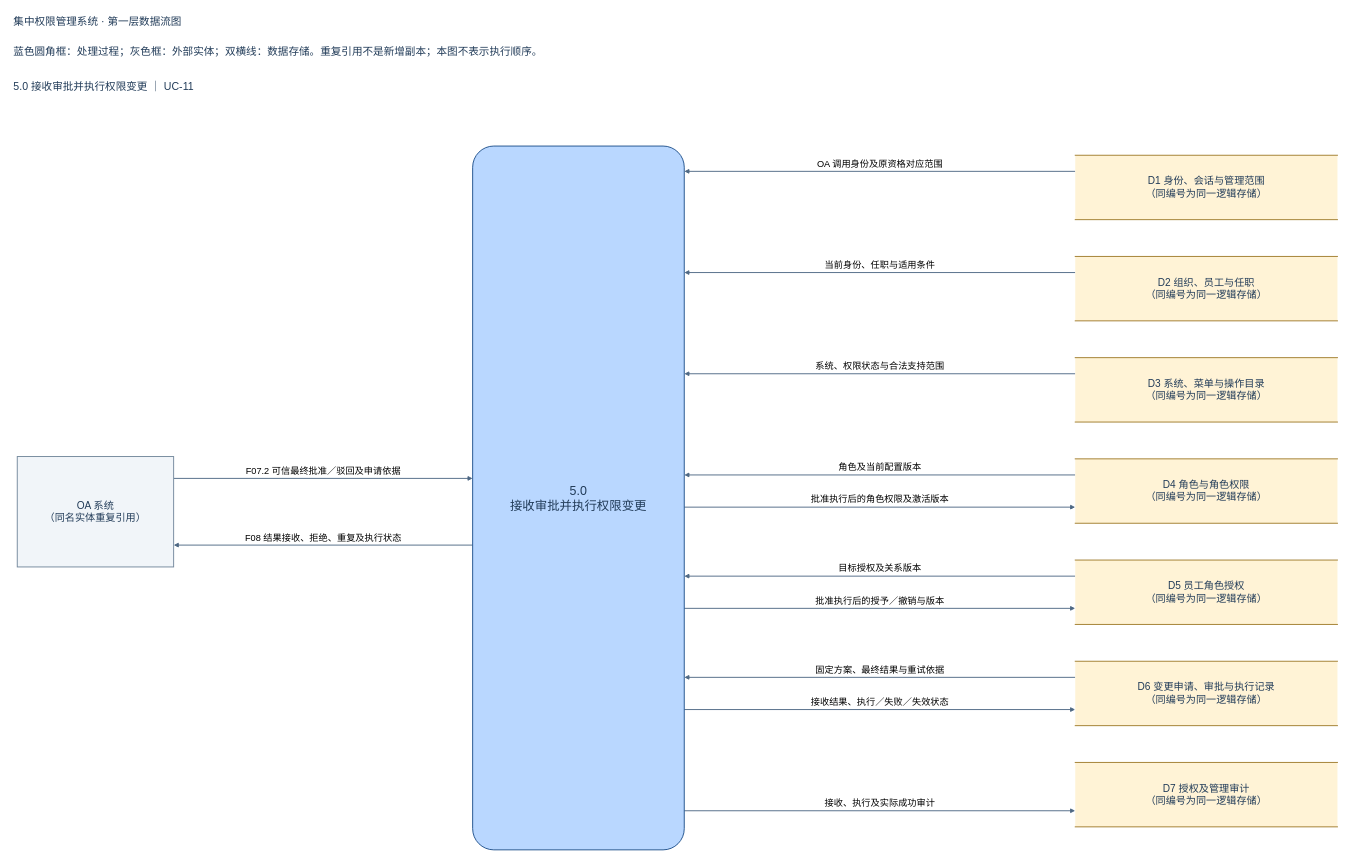
The draw.io diagram docs/按用例分类/UC-11_接收审批结果并执行权限变更/P5_第一层分区.drawio in Noah-hope/RBAC-admin, before the edit. Source tidied: cells renumbered, new cells numbered last; positions are measured from the earlier drawing's top-left corner, leaving out a move shared by most shapes. Both pictures are drawn from the tidied source at 46%, with x=0, y=0 at pixel (8, 8).
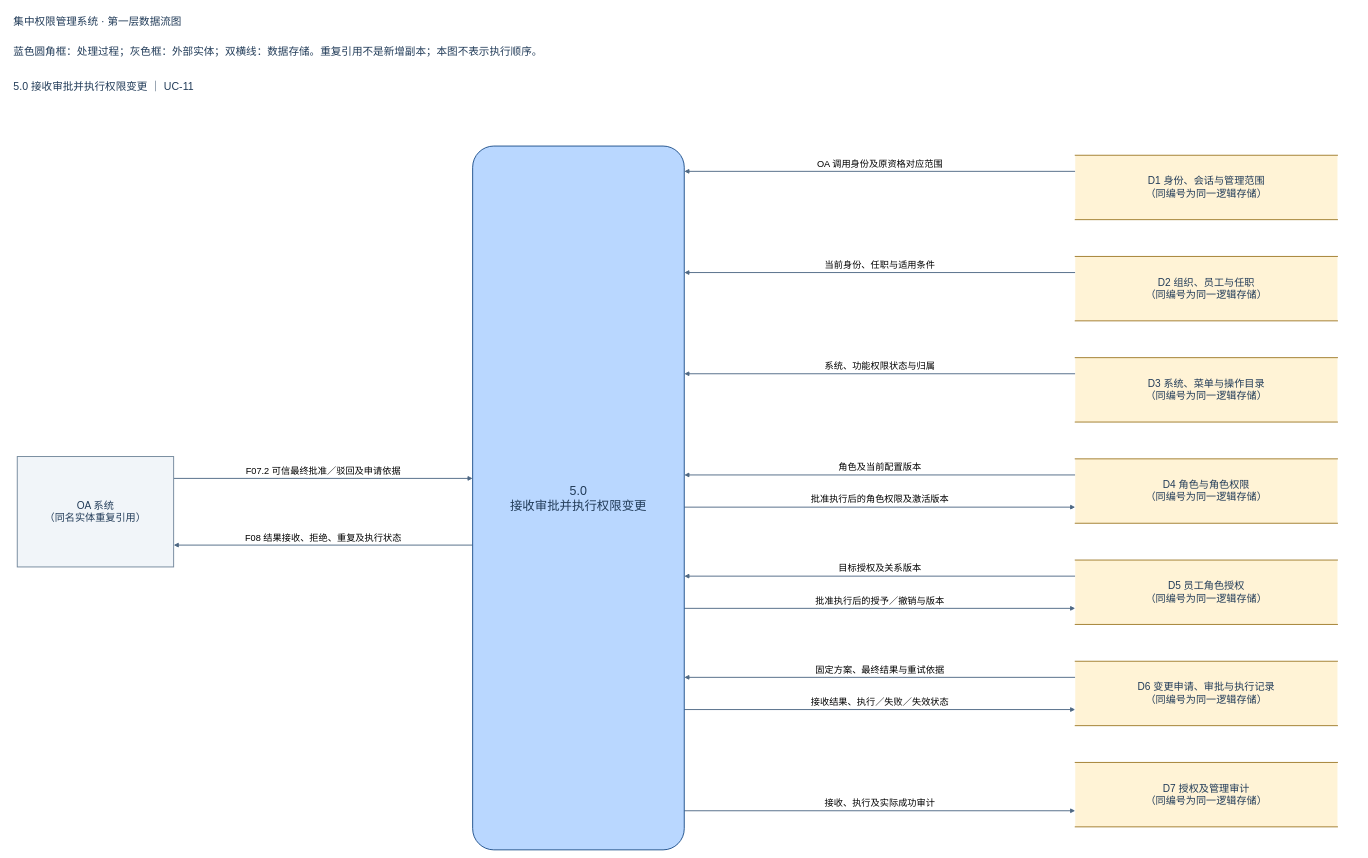
The same diagram, later.

The change refers to these unchanged cells:
```xml
<mxCell id="17" value="5.0&lt;br&gt;接收审批并执行权限变更" style="html=1;whiteSpace=wrap;fontFamily=Microsoft YaHei;fontSize=22;fontColor=#213b58;align=center;verticalAlign=middle;strokeWidth=2;spacing=12;rounded=1;arcSize=10;fillColor=#b9d7ff;strokeColor=#1c4e8a;fontSize=27;" parent="1" vertex="1">
  <mxGeometry x="1010" y="300" width="460" height="1530" as="geometry" />
</mxCell>
<mxCell id="21" value="D3  系统、菜单与操作目录&lt;br&gt;（同编号为同一逻辑存储）" style="html=1;whiteSpace=wrap;fontFamily=Microsoft YaHei;fontSize=22;fontColor=#213b58;align=center;verticalAlign=middle;strokeWidth=2;spacing=12;shape=partialRectangle;left=0;right=0;top=1;bottom=1;fillColor=#fff3d6;strokeColor=#9f7b2a;" parent="1" vertex="1">
  <mxGeometry x="2320" y="760" width="570" height="140" as="geometry" />
</mxCell>
```

The edit, as a diff of the source:
```diff
@@
-    <mxCell id="9" value="系统、权限状态与合法支持范围" style="html=1;edgeStyle=none;noEdgeStyle=1;rounded=0;curved=0;endArrow=block;endFill=1;strokeColor=#4d6783;strokeWidth=2;fontFamily=Microsoft YaHei;fontSize=20;labelBackgroundColor=#ffffff;exitX=0.0;exitY=0.25;entryX=1.0;entryY=0.3235294117647059;exitPerimeter=0;entryPerimeter=0;" parent="1" edge="1" source="21" target="17">
+    <mxCell id="9" value="系统、功能权限状态与归属" style="html=1;edgeStyle=none;noEdgeStyle=1;rounded=0;curved=0;endArrow=block;endFill=1;strokeColor=#4d6783;strokeWidth=2;fontFamily=Microsoft YaHei;fontSize=20;labelBackgroundColor=#ffffff;exitX=0.0;exitY=0.25;entryX=1.0;entryY=0.3235294117647059;exitPerimeter=0;entryPerimeter=0;" parent="1" edge="1" source="21" target="17">
       <mxGeometry relative="1" as="geometry">
         <mxPoint y="-18" as="offset" />
       </mxGeometry>
     </mxCell>
```
